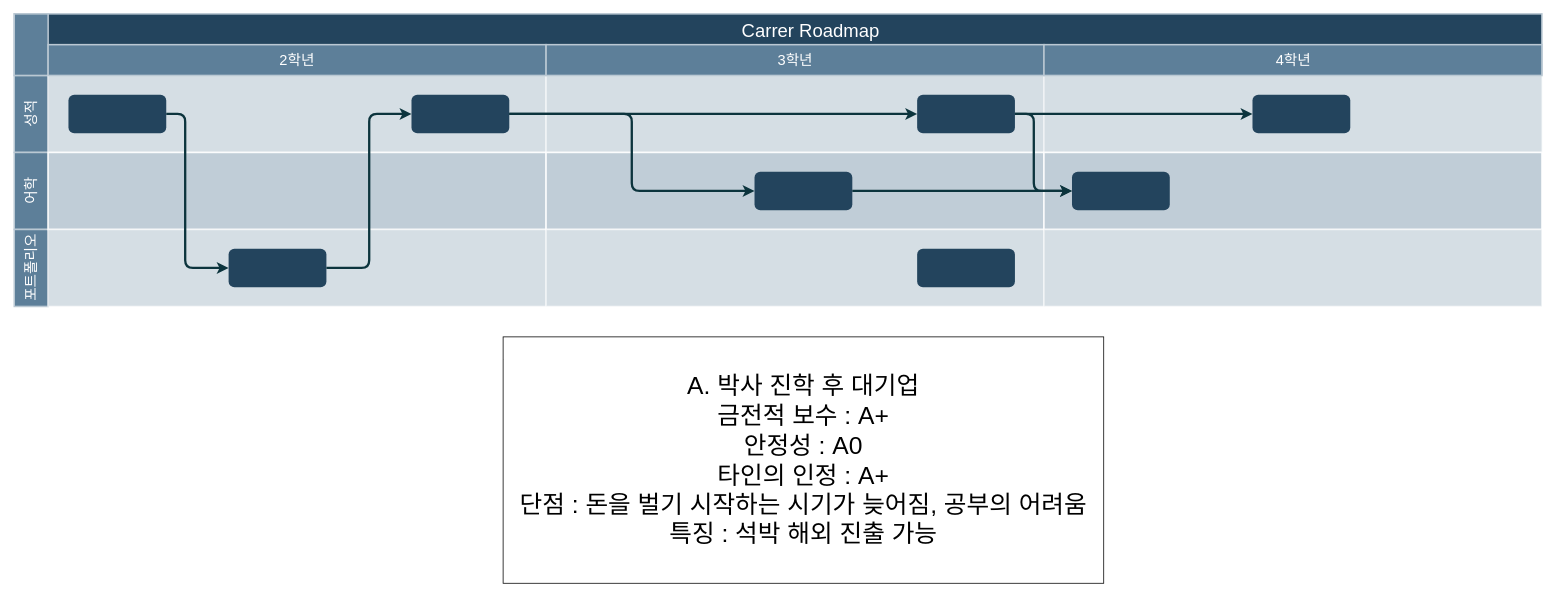
The draw.io diagram carrer.drawio in kmj582/draw.io, before the edit. Source tidied: cells renumbered, new cells numbered last; positions are measured from the earlier drawing's top-left corner, leaving out a move shared by most shapes. Both pictures are drawn from the tidied source at 77%, with x=0, y=0 at pixel (14, 13).
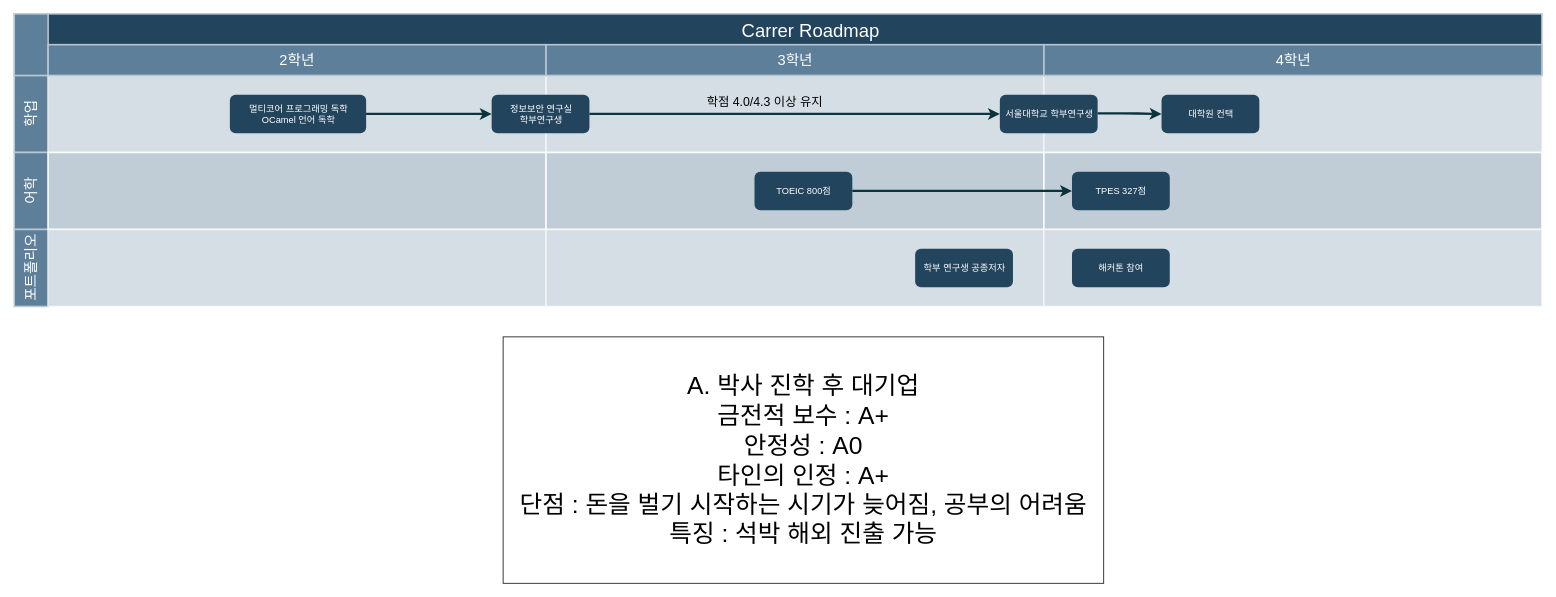
After the change.

Unchanged cells that the change refers to:
```xml
<mxCell id="13" style="strokeColor=#FFFFFF;fillColor=#BAC8D3;fontSize=18;strokeWidth=2;fontFamily=Helvetica;html=1;opacity=60;" parent="1" vertex="1">
  <mxGeometry x="1337.3" y="80.5" width="647" height="100" as="geometry" />
</mxCell>
```

Diff of the diagram source:
```diff
@@
-    <mxCell id="3" value="성적" style="strokeColor=#BAC8D3;fillColor=#5d7f99;fontSize=19;strokeWidth=2;horizontal=0;fontFamily=Helvetica;html=1;labelBackgroundColor=none;fontColor=#FFFFFF;" parent="1" vertex="1">
+    <mxCell id="3" value="학업" style="strokeColor=#BAC8D3;fillColor=#5d7f99;fontSize=19;strokeWidth=2;horizontal=0;fontFamily=Helvetica;html=1;labelBackgroundColor=none;fontColor=#FFFFFF;" parent="1" vertex="1">
       <mxGeometry y="80.5" width="44" height="100" as="geometry" />
     </mxCell>
@@
-    <mxCell id="16" style="edgeStyle=orthogonalEdgeStyle;rounded=1;jumpStyle=none;html=1;exitX=1;exitY=0.5;entryX=0;entryY=0.5;labelBackgroundColor=#ffffff;startArrow=none;startFill=0;endArrow=classic;jettySize=auto;strokeColor=#0C343D;strokeWidth=3;fontFamily=Helvetica;fontSize=11;fontColor=#000000;" parent="1" edge="1" source="17" target="19">
-      <mxGeometry relative="1" as="geometry">
-        <Array as="points">
-          <mxPoint x="222" y="130.5" />
-          <mxPoint x="222" y="330.5" />
-        </Array>
-      </mxGeometry>
-    </mxCell>
-    <mxCell id="17" style="rounded=1;fillColor=#23445D;strokeColor=none;strokeWidth=2;fontFamily=Helvetica;html=1;gradientColor=none;" parent="1" vertex="1">
-      <mxGeometry x="70.4" y="105.5" width="127" height="50" as="geometry" />
-    </mxCell>
-    <mxCell id="18" style="rounded=1;fillColor=#23445D;strokeColor=none;strokeWidth=2;fontFamily=Helvetica;html=1;gradientColor=none;" parent="1" vertex="1">
-      <mxGeometry x="515.9" y="105.5" width="127" height="50" as="geometry" />
+    <mxCell id="18" value="&lt;font color=&quot;#ffffff&quot;&gt;&lt;span style=&quot;caret-color: rgb(255, 255, 255);&quot;&gt;멀티코어 프로그래밍 독학&lt;br&gt;OCamel 언어 독학&lt;br&gt;&lt;/span&gt;&lt;/font&gt;" style="rounded=1;fillColor=#23445D;strokeColor=none;strokeWidth=2;fontFamily=Helvetica;html=1;gradientColor=none;" parent="1" vertex="1">
+      <mxGeometry x="280" y="105.5" width="177" height="50" as="geometry" />
     </mxCell>
-    <mxCell id="19" style="rounded=1;fillColor=#23445D;strokeColor=none;strokeWidth=2;fontFamily=Helvetica;html=1;gradientColor=none;" parent="1" vertex="1">
-      <mxGeometry x="278.4" y="305.5" width="127" height="50" as="geometry" />
+    <mxCell id="19" value="&lt;font color=&quot;#ffffff&quot;&gt;&lt;span style=&quot;caret-color: rgb(255, 255, 255);&quot;&gt;학부 연구생 공종저자&lt;/span&gt;&lt;/font&gt;" style="rounded=1;fillColor=#23445D;strokeColor=none;strokeWidth=2;fontFamily=Helvetica;html=1;gradientColor=none;" parent="1" vertex="1">
+      <mxGeometry x="1170" y="305.5" width="127" height="50" as="geometry" />
     </mxCell>
-    <mxCell id="20" style="rounded=1;fillColor=#23445D;strokeColor=none;strokeWidth=2;fontFamily=Helvetica;html=1;gradientColor=none;" parent="1" vertex="1">
+    <mxCell id="20" value="&lt;font color=&quot;#ffffff&quot;&gt;&lt;span style=&quot;caret-color: rgb(255, 255, 255);&quot;&gt;TOEIC 800점&lt;/span&gt;&lt;/font&gt;" style="rounded=1;fillColor=#23445D;strokeColor=none;strokeWidth=2;fontFamily=Helvetica;html=1;gradientColor=none;" parent="1" vertex="1">
       <mxGeometry x="961.4" y="205.5" width="127" height="50" as="geometry" />
     </mxCell>
-    <mxCell id="21" style="rounded=1;fillColor=#23445D;strokeColor=none;strokeWidth=2;fontFamily=Helvetica;html=1;gradientColor=none;" parent="1" vertex="1">
-      <mxGeometry x="1172.6" y="105.5" width="127" height="50" as="geometry" />
+    <mxCell id="21" value="&lt;font color=&quot;#ffffff&quot;&gt;&lt;span style=&quot;caret-color: rgb(255, 255, 255);&quot;&gt;정보보안 연구실&lt;br&gt;학부연구생&lt;br&gt;&lt;/span&gt;&lt;/font&gt;" style="rounded=1;fillColor=#23445D;strokeColor=none;strokeWidth=2;fontFamily=Helvetica;html=1;gradientColor=none;" parent="1" vertex="1">
+      <mxGeometry x="620" y="105.5" width="127" height="50" as="geometry" />
     </mxCell>
-    <mxCell id="22" style="rounded=1;fillColor=#23445D;strokeColor=none;strokeWidth=2;fontFamily=Helvetica;html=1;gradientColor=none;" parent="1" vertex="1">
-      <mxGeometry x="1172.6" y="305.5" width="127" height="50" as="geometry" />
+    <mxCell id="22" value="&lt;font color=&quot;#ffffff&quot;&gt;&lt;span style=&quot;caret-color: rgb(255, 255, 255);&quot;&gt;해커톤 참여&lt;/span&gt;&lt;/font&gt;" style="rounded=1;fillColor=#23445D;strokeColor=none;strokeWidth=2;fontFamily=Helvetica;html=1;gradientColor=none;" parent="1" vertex="1">
+      <mxGeometry x="1373.7" y="305.5" width="127" height="50" as="geometry" />
     </mxCell>
-    <mxCell id="23" style="rounded=1;fillColor=#23445D;strokeColor=none;strokeWidth=2;gradientColor=none;fontFamily=Helvetica;html=1;" parent="1" vertex="1">
+    <mxCell id="23" value="&lt;font color=&quot;#ffffff&quot;&gt;&lt;span style=&quot;caret-color: rgb(255, 255, 255);&quot;&gt;TPES 327점&lt;/span&gt;&lt;/font&gt;" style="rounded=1;fillColor=#23445D;strokeColor=none;strokeWidth=2;gradientColor=none;fontFamily=Helvetica;html=1;" parent="1" vertex="1">
       <mxGeometry x="1373.7" y="205.5" width="127" height="50" as="geometry" />
     </mxCell>
+    <mxCell id="37" style="edgeStyle=none;curved=1;rounded=0;jettySize=auto;html=1;fontSize=12;startSize=8;endSize=8;" parent="1" edge="1" source="24" target="13">
+      <mxGeometry relative="1" as="geometry" />
+    </mxCell>
-    <mxCell id="24" style="rounded=1;fillColor=#23445D;strokeColor=none;strokeWidth=2;gradientColor=none;fontFamily=Helvetica;html=1;" parent="1" vertex="1">
-      <mxGeometry x="1608.1" y="105.5" width="127" height="50" as="geometry" />
+    <mxCell id="24" value="&lt;font color=&quot;#ffffff&quot;&gt;&lt;span style=&quot;caret-color: rgb(255, 255, 255);&quot;&gt;서울대학교 학부연구생&lt;/span&gt;&lt;/font&gt;" style="rounded=1;fillColor=#23445D;strokeColor=none;strokeWidth=2;gradientColor=none;fontFamily=Helvetica;html=1;" parent="1" vertex="1">
+      <mxGeometry x="1280" y="105.5" width="127" height="50" as="geometry" />
     </mxCell>
-    <mxCell id="25" style="edgeStyle=elbowEdgeStyle;elbow=horizontal;strokeWidth=3;strokeColor=#0C343D;fontFamily=Helvetica;html=1;" parent="1" edge="1" source="19" target="18">
-      <mxGeometry x="6.4" y="830.5" as="geometry" />
-    </mxCell>
-    <mxCell id="26" style="edgeStyle=elbowEdgeStyle;elbow=horizontal;strokeWidth=3;strokeColor=#0C343D;fontFamily=Helvetica;html=1;" parent="1" edge="1" source="18" target="20">
-      <mxGeometry x="6.4" y="830.5" as="geometry" />
-    </mxCell>
@@
-    <mxCell id="29" style="edgeStyle=elbowEdgeStyle;elbow=horizontal;strokeWidth=3;strokeColor=#0C343D;fontFamily=Helvetica;html=1;" parent="1" edge="1" source="21" target="23">
-      <mxGeometry x="6.4" y="830.5" as="geometry">
-        <Array as="points">
-          <mxPoint x="1324.1" y="180.5" />
-        </Array>
-      </mxGeometry>
-    </mxCell>
@@
+    <mxCell id="38" value="&lt;font color=&quot;#ffffff&quot;&gt;&lt;span style=&quot;caret-color: rgb(255, 255, 255);&quot;&gt;대학원 컨택&lt;/span&gt;&lt;/font&gt;" style="rounded=1;fillColor=#23445D;strokeColor=none;strokeWidth=2;gradientColor=none;fontFamily=Helvetica;html=1;" parent="1" vertex="1">
+      <mxGeometry x="1490" y="105.5" width="127" height="50" as="geometry" />
+    </mxCell>
+    <mxCell id="39" style="edgeStyle=elbowEdgeStyle;elbow=horizontal;strokeWidth=3;strokeColor=#0C343D;fontFamily=Helvetica;html=1;entryX=0;entryY=0.5;entryDx=0;entryDy=0;" parent="1" edge="1" target="38">
+      <mxGeometry x="666.4" y="829.2" as="geometry">
+        <mxPoint x="1407" y="129.7" as="sourcePoint" />
+      </mxGeometry>
+    </mxCell>
+    <mxCell id="40" value="학점 4.0/4.3 이상 유지" style="text;html=1;strokeColor=none;fillColor=none;align=center;verticalAlign=middle;whiteSpace=wrap;rounded=0;fontSize=16;" parent="1" vertex="1">
+      <mxGeometry x="840" y="100" width="270" height="30" as="geometry" />
+    </mxCell>
```
